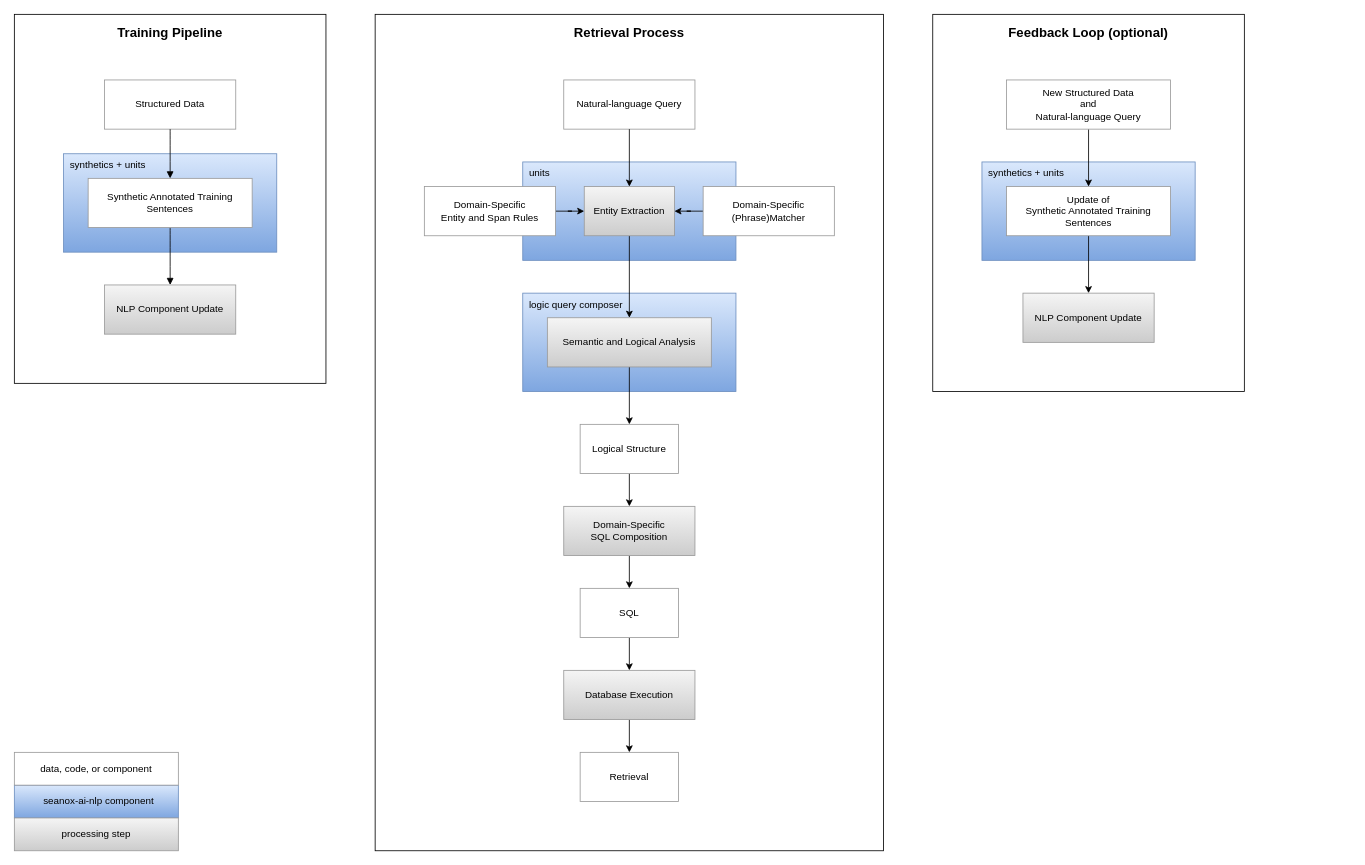
seanox/seanox-ai-nlp keeps this draw.io diagram as assets/retrieval-process.drawio. Above is the earlier version. Source tidied: cells renumbered, new cells numbered last; positions are measured from the earlier drawing's top-left corner, leaving out a move shared by most shapes. Both pictures are drawn from the tidied source at 82%, with x=0, y=0 at pixel (14, 14).
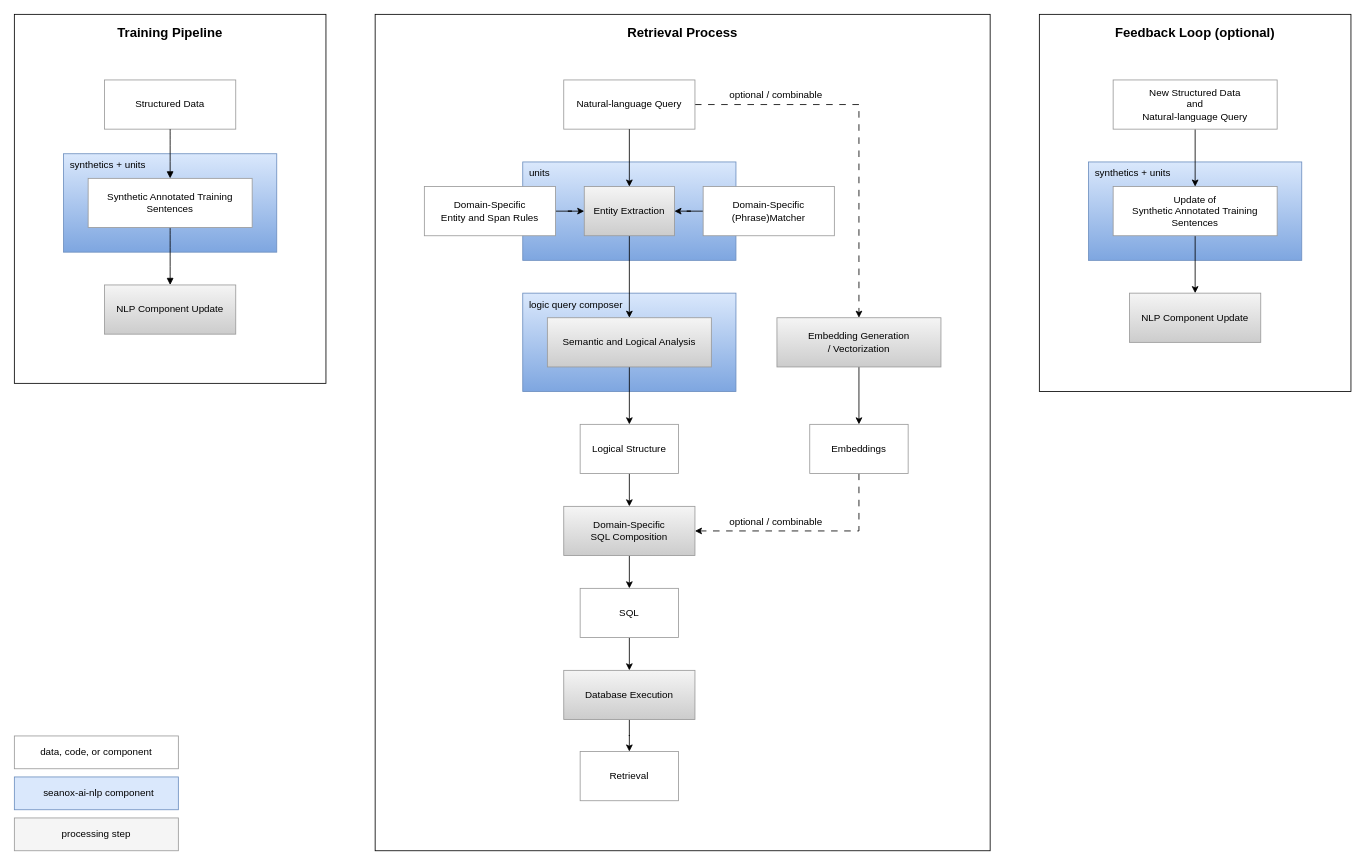
After the change.

Unchanged cells that the change refers to:
```xml
<mxCell id="7" value="Logical Structure" style="whiteSpace=wrap;strokeWidth=1;strokeColor=#999999;" parent="1" vertex="1">
  <mxGeometry x="690" y="500" width="120" height="60" as="geometry" />
</mxCell>
<mxCell id="9" value="Domain-Specific &#10;SQL Composition" style="whiteSpace=wrap;strokeWidth=1;fillColor=#f5f5f5;gradientColor=#CCCCCC;strokeColor=#999999;" parent="1" vertex="1">
  <mxGeometry x="670" y="600" width="160" height="60" as="geometry" />
</mxCell>
<mxCell id="11" value="SQL" style="whiteSpace=wrap;strokeWidth=1;strokeColor=#999999;" parent="1" vertex="1">
  <mxGeometry x="690" y="700" width="120" height="60" as="geometry" />
</mxCell>
<mxCell id="13" value="Database Execution" style="whiteSpace=wrap;strokeWidth=1;fillColor=#f5f5f5;gradientColor=#CCCCCC;strokeColor=#999999;glass=0;shadow=0;rounded=0;" parent="1" vertex="1">
  <mxGeometry x="670" y="800" width="160" height="60" as="geometry" />
</mxCell>
<mxCell id="23" value="Entity Extraction" style="whiteSpace=wrap;strokeWidth=1;fillColor=#f5f5f5;gradientColor=#CCCCCC;strokeColor=#999999;gradientDirection=south;" parent="1" vertex="1">
  <mxGeometry x="695" y="210" width="110" height="60" as="geometry" />
</mxCell>
<mxCell id="34" value="Natural-language Query" style="whiteSpace=wrap;strokeWidth=1;glass=0;strokeColor=#999999;" parent="1" vertex="1">
  <mxGeometry x="670" y="80" width="160" height="60" as="geometry" />
</mxCell>
```

What changed in the source:
```diff
@@
     <mxCell id="2" value="&lt;div&gt;Feedback Loop (optional)&lt;/div&gt;" style="rounded=0;whiteSpace=wrap;html=1;verticalAlign=top;fontSize=16;fontStyle=1;gradientColor=none;fillColor=default;spacingTop=6;" parent="1" vertex="1">
-      <mxGeometry x="1120" width="380" height="460" as="geometry" />
+      <mxGeometry x="1250" width="380" height="460" as="geometry" />
     </mxCell>
-    <mxCell id="3" value="Retrieval Process" style="rounded=0;whiteSpace=wrap;html=1;verticalAlign=top;fontSize=16;fontStyle=1;fillColor=default;spacingTop=6;" parent="1" vertex="1">
-      <mxGeometry x="440" width="620" height="1020" as="geometry" />
+    <mxCell id="3" value="Retrieval Process" style="rounded=0;whiteSpace=wrap;html=1;verticalAlign=top;fontSize=16;fontStyle=1;fillColor=none;spacingTop=6;" parent="1" vertex="1">
+      <mxGeometry x="440" width="750" height="1020" as="geometry" />
     </mxCell>
@@
-    <mxCell id="6" style="edgeStyle=orthogonalEdgeStyle;rounded=0;jettySize=auto;html=1;entryX=0.5;entryY=0;entryDx=0;entryDy=0;fontFamily=Helvetica;fontSize=12;fontColor=default;" parent="1" edge="1" source="7" target="9">
+    <mxCell id="6" style="edgeStyle=orthogonalEdgeStyle;rounded=0;jettySize=auto;html=1;entryX=0.5;entryY=0;entryDx=0;entryDy=0;exitX=0.5;exitY=1;exitDx=0;exitDy=0;" parent="1" edge="1" source="7" target="9">
       <mxGeometry relative="1" as="geometry" />
     </mxCell>
@@
-    <mxCell id="8" style="edgeStyle=orthogonalEdgeStyle;rounded=0;jettySize=auto;html=1;fontFamily=Helvetica;fontSize=12;fontColor=default;" parent="1" edge="1" source="9" target="11">
+    <mxCell id="8" style="edgeStyle=orthogonalEdgeStyle;rounded=0;jettySize=auto;html=1;fontFamily=Helvetica;fontSize=12;fontColor=default;entryX=0.5;entryY=0;entryDx=0;entryDy=0;exitX=0.5;exitY=1;exitDx=0;exitDy=0;" parent="1" edge="1" source="9" target="11">
       <mxGeometry relative="1" as="geometry" />
     </mxCell>
@@
-    <mxCell id="10" style="edgeStyle=orthogonalEdgeStyle;rounded=0;jettySize=auto;html=1;fontFamily=Helvetica;fontSize=12;fontColor=default;" parent="1" edge="1" source="11" target="13">
+    <mxCell id="10" style="edgeStyle=orthogonalEdgeStyle;rounded=0;jettySize=auto;html=1;" parent="1" edge="1" source="11" target="13">
       <mxGeometry relative="1" as="geometry" />
     </mxCell>
@@
-    <mxCell id="14" value="units" style="whiteSpace=wrap;strokeWidth=1;fillColor=#dae8fc;gradientColor=#7ea6e0;strokeColor=#6c8ebf;verticalAlign=top;align=left;spacingLeft=6;" parent="1" vertex="1">
+    <mxCell id="14" value="units" style="whiteSpace=wrap;strokeWidth=1;fillColor=#DAE8FC;gradientColor=#7ea6e0;strokeColor=#6c8ebf;verticalAlign=top;align=left;spacingLeft=6;" parent="1" vertex="1">
       <mxGeometry x="620" y="180" width="260" height="120" as="geometry" />
     </mxCell>
     <mxCell id="15" value="Retrieval" style="whiteSpace=wrap;strokeWidth=1;strokeColor=#999999;" parent="1" vertex="1">
-      <mxGeometry x="690" y="900" width="120" height="60" as="geometry" />
+      <mxGeometry x="690" y="899" width="120" height="60" as="geometry" />
     </mxCell>
     <mxCell id="16" value="synthetics + units" style="whiteSpace=wrap;strokeWidth=1;fillColor=#dae8fc;gradientColor=#7ea6e0;strokeColor=#6c8ebf;verticalAlign=top;align=left;spacingLeft=6;" parent="1" vertex="1">
-      <mxGeometry x="1180" y="180" width="260" height="120" as="geometry" />
+      <mxGeometry x="1310" y="180" width="260" height="120" as="geometry" />
     </mxCell>
@@
     <mxCell id="18" value="New Structured Data&#10;and&#10;Natural-language Query" style="whiteSpace=wrap;strokeWidth=1;strokeColor=#999999;" parent="1" vertex="1">
-      <mxGeometry x="1210" y="80" width="200" height="60" as="geometry" />
+      <mxGeometry x="1340" y="80" width="200" height="60" as="geometry" />
     </mxCell>
     <mxCell id="19" value="NLP Component Update" style="whiteSpace=wrap;strokeWidth=1;fillColor=#f5f5f5;gradientColor=#CCCCCC;strokeColor=#999999;" parent="1" vertex="1">
-      <mxGeometry x="1230" y="340" width="160" height="60" as="geometry" />
+      <mxGeometry x="1360" y="340" width="160" height="60" as="geometry" />
     </mxCell>
@@
     <mxCell id="25" value="Update of&#10;Synthetic Annotated Training&#10;Sentences" style="whiteSpace=wrap;strokeWidth=1;strokeColor=#999999;" parent="1" vertex="1">
-      <mxGeometry x="1210" y="210" width="200" height="60" as="geometry" />
+      <mxGeometry x="1340" y="210" width="200" height="60" as="geometry" />
     </mxCell>
@@
+    <mxCell id="41" style="edgeStyle=orthogonalEdgeStyle;rounded=0;jettySize=auto;html=1;exitX=1;exitY=0.5;exitDx=0;exitDy=0;dashed=1;dashPattern=8 8;" parent="1" edge="1" source="34" target="43">
+      <mxGeometry relative="1" as="geometry" />
+    </mxCell>
@@
-    <mxCell id="35" style="edgeStyle=orthogonalEdgeStyle;rounded=0;jettySize=auto;html=1;entryX=0.5;entryY=0;entryDx=0;entryDy=0;fontFamily=Helvetica;fontSize=12;fontColor=default;" parent="1" edge="1" source="34" target="23">
+    <mxCell id="35" style="edgeStyle=orthogonalEdgeStyle;rounded=0;jettySize=auto;html=1;entryX=0.5;entryY=0;entryDx=0;entryDy=0;fontFamily=Helvetica;fontSize=12;fontColor=default;exitX=0.5;exitY=1;exitDx=0;exitDy=0;" parent="1" edge="1" source="34" target="23">
       <mxGeometry relative="1" as="geometry" />
     </mxCell>
@@
-    <mxCell id="38" value="seanox-ai-nlp component" style="whiteSpace=wrap;strokeWidth=1;fillColor=#dae8fc;gradientColor=#7ea6e0;strokeColor=#6c8ebf;verticalAlign=middle;align=center;spacingLeft=6;" parent="1" vertex="1">
-      <mxGeometry y="940" width="200" height="40" as="geometry" />
+    <mxCell id="38" value="seanox-ai-nlp component" style="whiteSpace=wrap;strokeWidth=1;fillColor=#dae8fc;gradientColor=none;strokeColor=#6c8ebf;verticalAlign=middle;align=center;spacingLeft=6;" parent="1" vertex="1">
+      <mxGeometry y="930" width="200" height="40" as="geometry" />
     </mxCell>
-    <mxCell id="39" value="processing step" style="whiteSpace=wrap;strokeWidth=1;fillColor=#f5f5f5;gradientColor=#CCCCCC;strokeColor=#999999;" parent="1" vertex="1">
+    <mxCell id="39" value="processing step" style="whiteSpace=wrap;strokeWidth=1;fillColor=#f5f5f5;gradientColor=none;strokeColor=#999999;" parent="1" vertex="1">
       <mxGeometry y="980" width="200" height="40" as="geometry" />
     </mxCell>
     <mxCell id="40" value="data, code, or component" style="whiteSpace=wrap;strokeWidth=1;strokeColor=#999999;" parent="1" vertex="1">
-      <mxGeometry y="900" width="200" height="40" as="geometry" />
+      <mxGeometry y="880" width="200" height="40" as="geometry" />
     </mxCell>
+    <mxCell id="42" style="edgeStyle=orthogonalEdgeStyle;rounded=0;jettySize=auto;html=1;" parent="1" edge="1" source="43" target="45">
+      <mxGeometry relative="1" as="geometry" />
+    </mxCell>
+    <mxCell id="43" value="Embedding Generation / Vectorization" style="whiteSpace=wrap;strokeWidth=1;strokeColor=#999999;fillColor=#f5f5f5;gradientColor=#CCCCCC;" parent="1" vertex="1">
+      <mxGeometry x="930" y="370" width="200" height="60" as="geometry" />
+    </mxCell>
+    <mxCell id="44" style="edgeStyle=orthogonalEdgeStyle;rounded=0;jettySize=auto;html=1;entryX=1;entryY=0.5;entryDx=0;entryDy=0;exitX=0.5;exitY=1;exitDx=0;exitDy=0;dashed=1;dashPattern=8 8;" parent="1" edge="1" source="45" target="9">
+      <mxGeometry relative="1" as="geometry" />
+    </mxCell>
+    <mxCell id="45" value="Embeddings" style="whiteSpace=wrap;strokeWidth=1;strokeColor=#999999;" parent="1" vertex="1">
+      <mxGeometry x="970" y="500" width="120" height="60" as="geometry" />
+    </mxCell>
+    <mxCell id="46" value="optional / combinable" style="whiteSpace=wrap;strokeWidth=1;strokeColor=none;fillColor=none;horizontal=1;" parent="1" vertex="1">
+      <mxGeometry x="844" y="79" width="170" height="40" as="geometry" />
+    </mxCell>
+    <mxCell id="47" value="optional / combinable" style="whiteSpace=wrap;strokeWidth=1;strokeColor=none;fillColor=none;horizontal=1;" parent="1" vertex="1">
+      <mxGeometry x="844.4" y="599" width="170" height="40" as="geometry" />
+    </mxCell>
```
